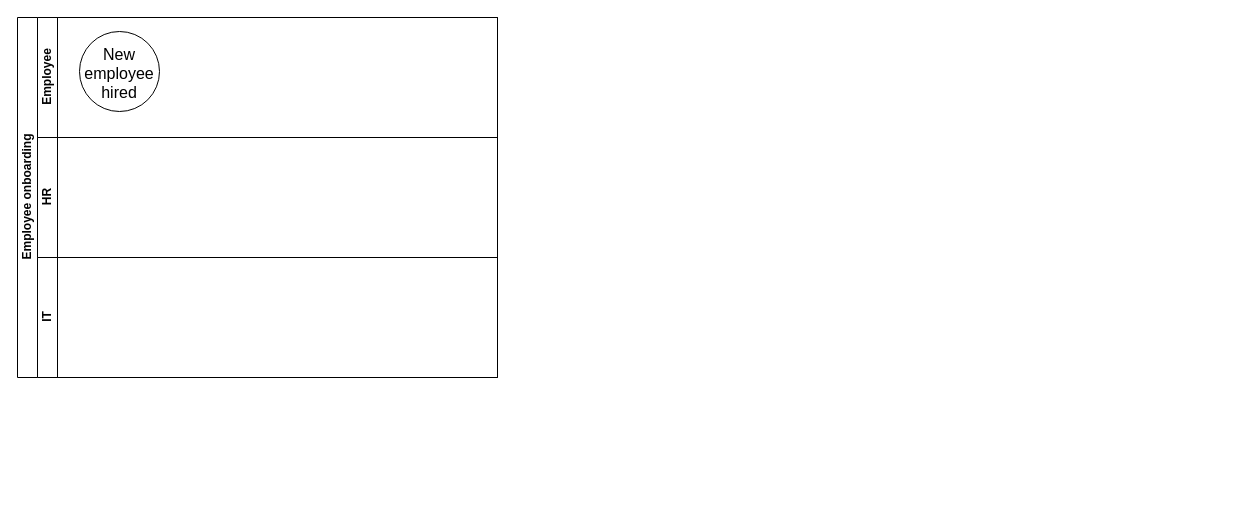
The draw.io diagram EliThomas.drawio in Tiedaman33/zero_day, before the edit. Source tidied: cells renumbered, new cells numbered last; positions are measured from the earlier drawing's top-left corner, leaving out a move shared by most shapes. Both pictures are drawn from the tidied source at 100%, with x=0, y=0 at pixel (17, 17).
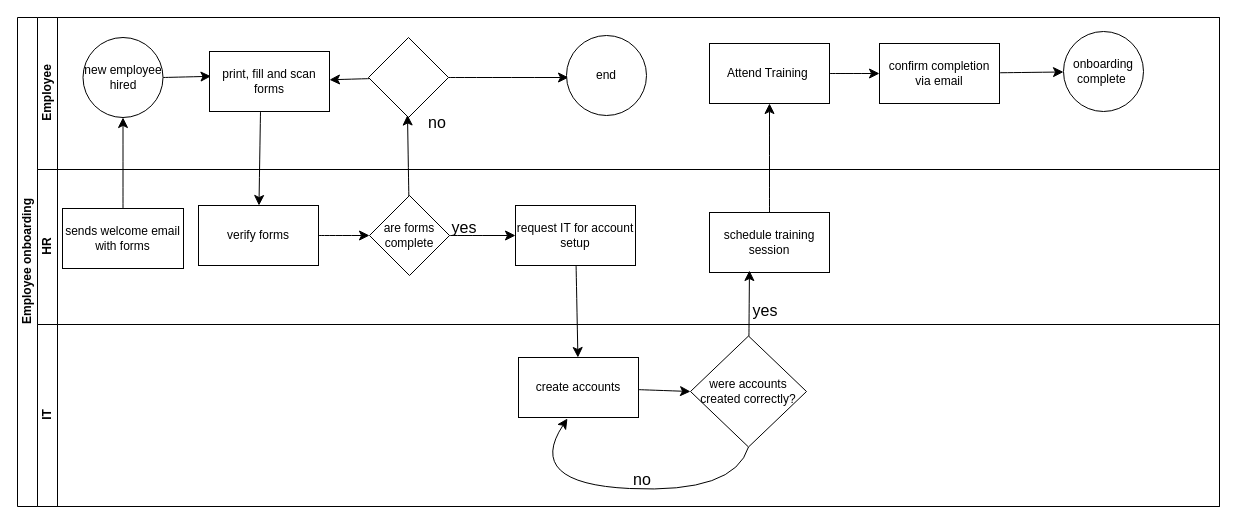
The same page after the edit.

Change to the diagram source:
```diff
@@
     <mxCell id="2" value="Employee onboarding" style="swimlane;horizontal=0;startSize=20;html=1;" parent="1" vertex="1">
-      <mxGeometry width="480" height="360" as="geometry" />
+      <mxGeometry width="1202" height="489" as="geometry" />
     </mxCell>
     <mxCell id="3" value="Employee" style="swimlane;startSize=20;horizontal=0;html=1;" parent="2" vertex="1">
-      <mxGeometry x="20" width="460" height="120" as="geometry" />
+      <mxGeometry x="20" width="1182" height="152" as="geometry" />
     </mxCell>
-    <mxCell id="4" style="ellipse;whiteSpace=wrap;html=1;" parent="3" vertex="1">
-      <mxGeometry x="42" y="14" width="80" height="80" as="geometry" />
+    <mxCell id="4" value="new employee hired" style="ellipse;whiteSpace=wrap;html=1;" parent="3" vertex="1">
+      <mxGeometry x="45.5" y="20" width="80" height="80" as="geometry" />
     </mxCell>
-    <mxCell id="5" value="New employee hired" style="text;strokeColor=none;fillColor=none;html=1;align=center;verticalAlign=middle;whiteSpace=wrap;rounded=0;fontSize=16;" parent="3" vertex="1">
-      <mxGeometry x="52" y="41" width="60" height="30" as="geometry" />
-    </mxCell>
+    <mxCell id="8" value="print, fill and scan forms" style="rounded=0;whiteSpace=wrap;html=1;" parent="3" vertex="1">
+      <mxGeometry x="172" y="34" width="120" height="60" as="geometry" />
+    </mxCell>
+    <mxCell id="9" style="endArrow=classic;html=1;rounded=0;fontSize=12;startSize=8;endSize=8;curved=1;entryX=0;entryY=0.25;entryDx=0;entryDy=0;exitX=1;exitY=0.5;exitDx=0;exitDy=0;" parent="3" edge="1" source="4">
+      <mxGeometry relative="1" as="geometry">
+        <mxPoint x="173.5" y="58.8" as="targetPoint" />
+      </mxGeometry>
+    </mxCell>
+    <mxCell id="10" value="no" style="text;strokeColor=none;fillColor=none;html=1;align=center;verticalAlign=middle;whiteSpace=wrap;rounded=0;fontSize=16;" parent="3" vertex="1">
+      <mxGeometry x="370" y="90" width="60" height="30" as="geometry" />
+    </mxCell>
+    <mxCell id="11" style="edgeStyle=none;curved=1;rounded=0;jettySize=auto;html=1;fontSize=12;startSize=8;endSize=8;" parent="3" edge="1" source="13" target="8">
+      <mxGeometry relative="1" as="geometry" />
+    </mxCell>
+    <mxCell id="12" style="edgeStyle=none;curved=1;rounded=0;jettySize=auto;html=1;fontSize=12;startSize=8;endSize=8;" parent="3" edge="1" source="13">
+      <mxGeometry relative="1" as="geometry">
+        <mxPoint x="531" y="60" as="targetPoint" />
+      </mxGeometry>
+    </mxCell>
+    <mxCell id="13" style="rhombus;whiteSpace=wrap;html=1;" parent="3" vertex="1">
+      <mxGeometry x="331" y="20" width="80" height="80" as="geometry" />
+    </mxCell>
+    <mxCell id="14" value="end" style="ellipse;whiteSpace=wrap;html=1;" parent="3" vertex="1">
+      <mxGeometry x="529" y="18" width="80" height="80" as="geometry" />
+    </mxCell>
+    <mxCell id="15" style="edgeStyle=none;curved=1;rounded=0;jettySize=auto;html=1;fontSize=12;startSize=8;endSize=8;" parent="3" edge="1" source="16" target="18">
+      <mxGeometry relative="1" as="geometry" />
+    </mxCell>
+    <mxCell id="16" value="Attend Training&amp;nbsp;" style="rounded=0;whiteSpace=wrap;html=1;" parent="3" vertex="1">
+      <mxGeometry x="672" y="26" width="120" height="60" as="geometry" />
+    </mxCell>
+    <mxCell id="17" style="edgeStyle=none;curved=1;rounded=0;jettySize=auto;html=1;fontSize=12;startSize=8;endSize=8;" parent="3" edge="1" source="18" target="19">
+      <mxGeometry relative="1" as="geometry" />
+    </mxCell>
+    <mxCell id="18" value="confirm completion via email" style="whiteSpace=wrap;html=1;rounded=0;" parent="3" vertex="1">
+      <mxGeometry x="842" y="26" width="120" height="60" as="geometry" />
+    </mxCell>
+    <mxCell id="19" value="onboarding complete&amp;nbsp;" style="ellipse;whiteSpace=wrap;html=1;rounded=0;" parent="3" vertex="1">
+      <mxGeometry x="1026" y="14" width="80" height="80" as="geometry" />
+    </mxCell>
     <mxCell id="6" value="HR" style="swimlane;startSize=20;horizontal=0;html=1;" parent="2" vertex="1">
-      <mxGeometry x="20" y="120" width="460" height="120" as="geometry" />
+      <mxGeometry x="20" y="152" width="1182" height="155" as="geometry" />
     </mxCell>
+    <mxCell id="20" value="&lt;font&gt;sends welcome email with forms&lt;/font&gt;" style="rounded=0;whiteSpace=wrap;html=1;" parent="6" vertex="1">
+      <mxGeometry x="25" y="39" width="121" height="60" as="geometry" />
+    </mxCell>
+    <mxCell id="21" value="verify forms" style="rounded=0;whiteSpace=wrap;html=1;" parent="6" vertex="1">
+      <mxGeometry x="161" y="36" width="120" height="60" as="geometry" />
+    </mxCell>
+    <mxCell id="22" value="are forms complete" style="rhombus;whiteSpace=wrap;html=1;" parent="6" vertex="1">
+      <mxGeometry x="332" y="26" width="80" height="80" as="geometry" />
+    </mxCell>
+    <mxCell id="23" style="endArrow=classic;html=1;rounded=0;fontSize=12;startSize=8;endSize=8;curved=1;entryX=0;entryY=0.5;entryDx=0;entryDy=0;exitX=1;exitY=0.5;exitDx=0;exitDy=0;" parent="6" edge="1" source="21" target="22">
+      <mxGeometry relative="1" as="geometry" />
+    </mxCell>
+    <mxCell id="24" value="schedule training session" style="rounded=0;whiteSpace=wrap;html=1;" parent="6" vertex="1">
+      <mxGeometry x="672" y="43" width="120" height="60" as="geometry" />
+    </mxCell>
+    <mxCell id="25" value="yes" style="text;strokeColor=none;fillColor=none;html=1;align=center;verticalAlign=middle;whiteSpace=wrap;rounded=0;fontSize=16;" parent="6" vertex="1">
+      <mxGeometry x="397" y="43" width="60" height="30" as="geometry" />
+    </mxCell>
+    <mxCell id="26" value="request IT for account setup" style="rounded=0;whiteSpace=wrap;html=1;" parent="6" vertex="1">
+      <mxGeometry x="478" y="36" width="120" height="60" as="geometry" />
+    </mxCell>
+    <mxCell id="27" style="endArrow=classic;html=1;rounded=0;fontSize=12;startSize=8;endSize=8;curved=1;exitX=1;exitY=0.5;exitDx=0;exitDy=0;" parent="6" edge="1" source="22" target="26">
+      <mxGeometry relative="1" as="geometry" />
+    </mxCell>
+    <mxCell id="28" value="yes" style="text;strokeColor=none;fillColor=none;html=1;align=center;verticalAlign=middle;whiteSpace=wrap;rounded=0;fontSize=16;" parent="6" vertex="1">
+      <mxGeometry x="698" y="126" width="60" height="30" as="geometry" />
+    </mxCell>
+    <mxCell id="29" style="endArrow=classic;html=1;rounded=0;fontSize=12;startSize=8;endSize=8;curved=1;exitX=0.5;exitY=0;exitDx=0;exitDy=0;entryX=0.5;entryY=1;entryDx=0;entryDy=0;" parent="2" edge="1" source="20" target="4">
+      <mxGeometry relative="1" as="geometry" />
+    </mxCell>
+    <mxCell id="30" style="endArrow=classic;html=1;rounded=0;fontSize=12;startSize=8;endSize=8;curved=1;exitX=0.425;exitY=1;exitDx=0;exitDy=0;exitPerimeter=0;" parent="2" edge="1" source="8" target="21">
+      <mxGeometry relative="1" as="geometry" />
+    </mxCell>
     <mxCell id="7" value="IT" style="swimlane;startSize=20;horizontal=0;html=1;" parent="2" vertex="1">
-      <mxGeometry x="20" y="240" width="460" height="120" as="geometry" />
+      <mxGeometry x="20" y="307" width="1182" height="182" as="geometry" />
     </mxCell>
+    <mxCell id="31" style="edgeStyle=none;curved=1;rounded=0;jettySize=auto;html=1;entryX=0;entryY=0.5;entryDx=0;entryDy=0;fontSize=12;startSize=8;endSize=8;" parent="7" edge="1" source="32" target="33">
+      <mxGeometry relative="1" as="geometry" />
+    </mxCell>
+    <mxCell id="32" value="create accounts" style="rounded=0;whiteSpace=wrap;html=1;" parent="7" vertex="1">
+      <mxGeometry x="481" y="33" width="120" height="60" as="geometry" />
+    </mxCell>
+    <mxCell id="33" value="&lt;font&gt;were accounts created correctly?&lt;/font&gt;" style="rhombus;whiteSpace=wrap;html=1;" parent="7" vertex="1">
+      <mxGeometry x="653" y="11.5" width="116" height="111" as="geometry" />
+    </mxCell>
+    <mxCell id="34" style="edgeStyle=none;curved=1;rounded=0;jettySize=auto;html=1;entryX=0.408;entryY=1.017;entryDx=0;entryDy=0;entryPerimeter=0;fontSize=12;startSize=8;endSize=8;exitX=0.5;exitY=1;exitDx=0;exitDy=0;" parent="7" edge="1" source="33" target="32">
+      <mxGeometry relative="1" as="geometry">
+        <Array as="points">
+          <mxPoint x="697" y="169" />
+          <mxPoint x="487" y="159" />
+        </Array>
+      </mxGeometry>
+    </mxCell>
+    <mxCell id="35" value="no" style="text;strokeColor=none;fillColor=none;html=1;align=center;verticalAlign=middle;whiteSpace=wrap;rounded=0;fontSize=16;" parent="7" vertex="1">
+      <mxGeometry x="575" y="140" width="60" height="30" as="geometry" />
+    </mxCell>
+    <mxCell id="36" style="edgeStyle=none;curved=1;rounded=0;jettySize=auto;html=1;fontSize=12;startSize=8;endSize=8;" parent="2" edge="1" source="26" target="32">
+      <mxGeometry relative="1" as="geometry" />
+    </mxCell>
+    <mxCell id="37" style="edgeStyle=none;curved=1;rounded=0;jettySize=auto;html=1;entryX=0.333;entryY=0.967;entryDx=0;entryDy=0;entryPerimeter=0;fontSize=12;startSize=8;endSize=8;" parent="2" edge="1" source="33" target="24">
+      <mxGeometry relative="1" as="geometry" />
+    </mxCell>
+    <mxCell id="38" style="endArrow=classic;html=1;rounded=0;fontSize=12;startSize=8;endSize=8;curved=1;exitX=0.5;exitY=0;exitDx=0;exitDy=0;entryX=0.5;entryY=1;entryDx=0;entryDy=0;" parent="2" edge="1" source="24" target="16">
+      <mxGeometry relative="1" as="geometry" />
+    </mxCell>
+    <mxCell id="39" style="edgeStyle=none;curved=1;rounded=0;jettySize=auto;html=1;fontSize=12;startSize=8;endSize=8;entryX=0;entryY=0.25;entryDx=0;entryDy=0;" parent="2" edge="1" source="22" target="10">
+      <mxGeometry relative="1" as="geometry" />
+    </mxCell>
```
